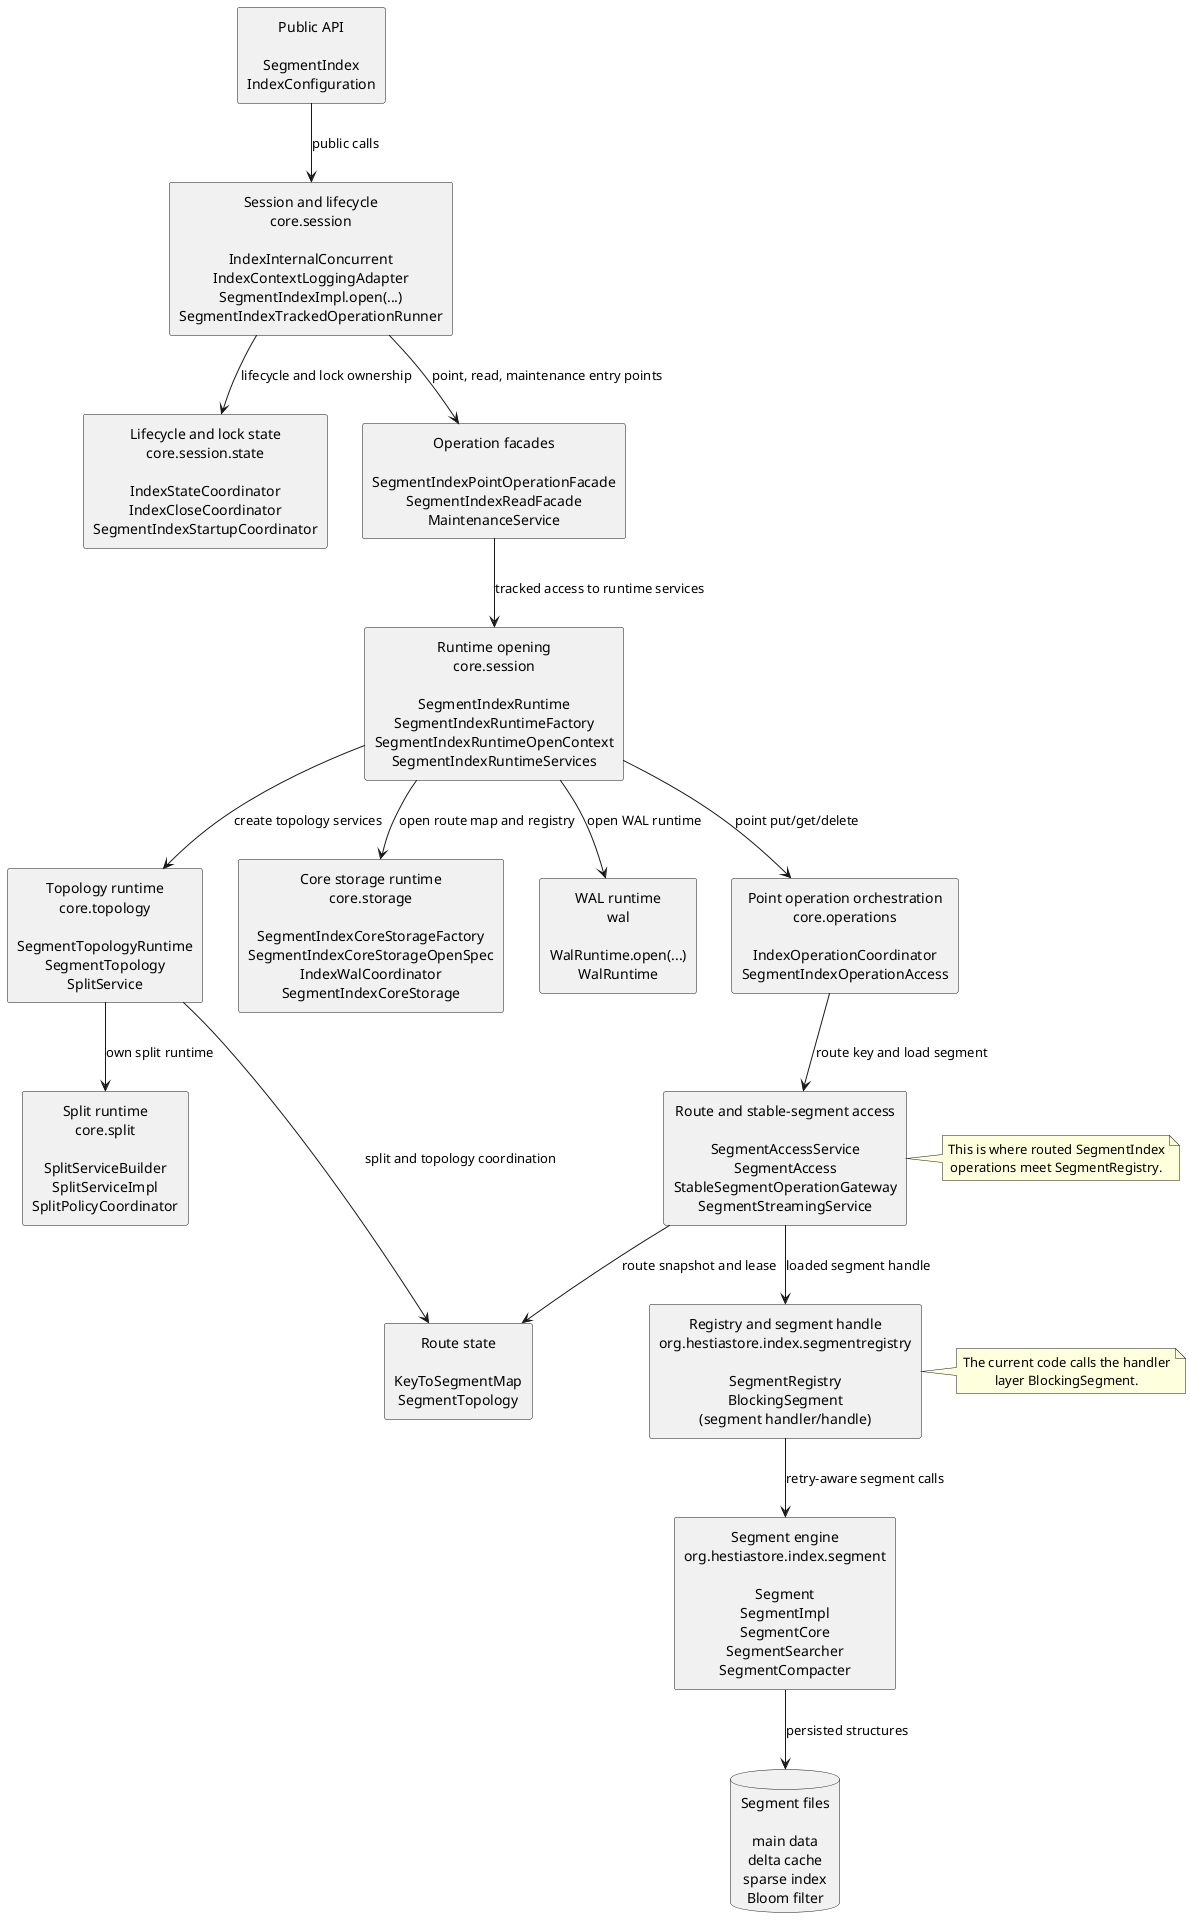
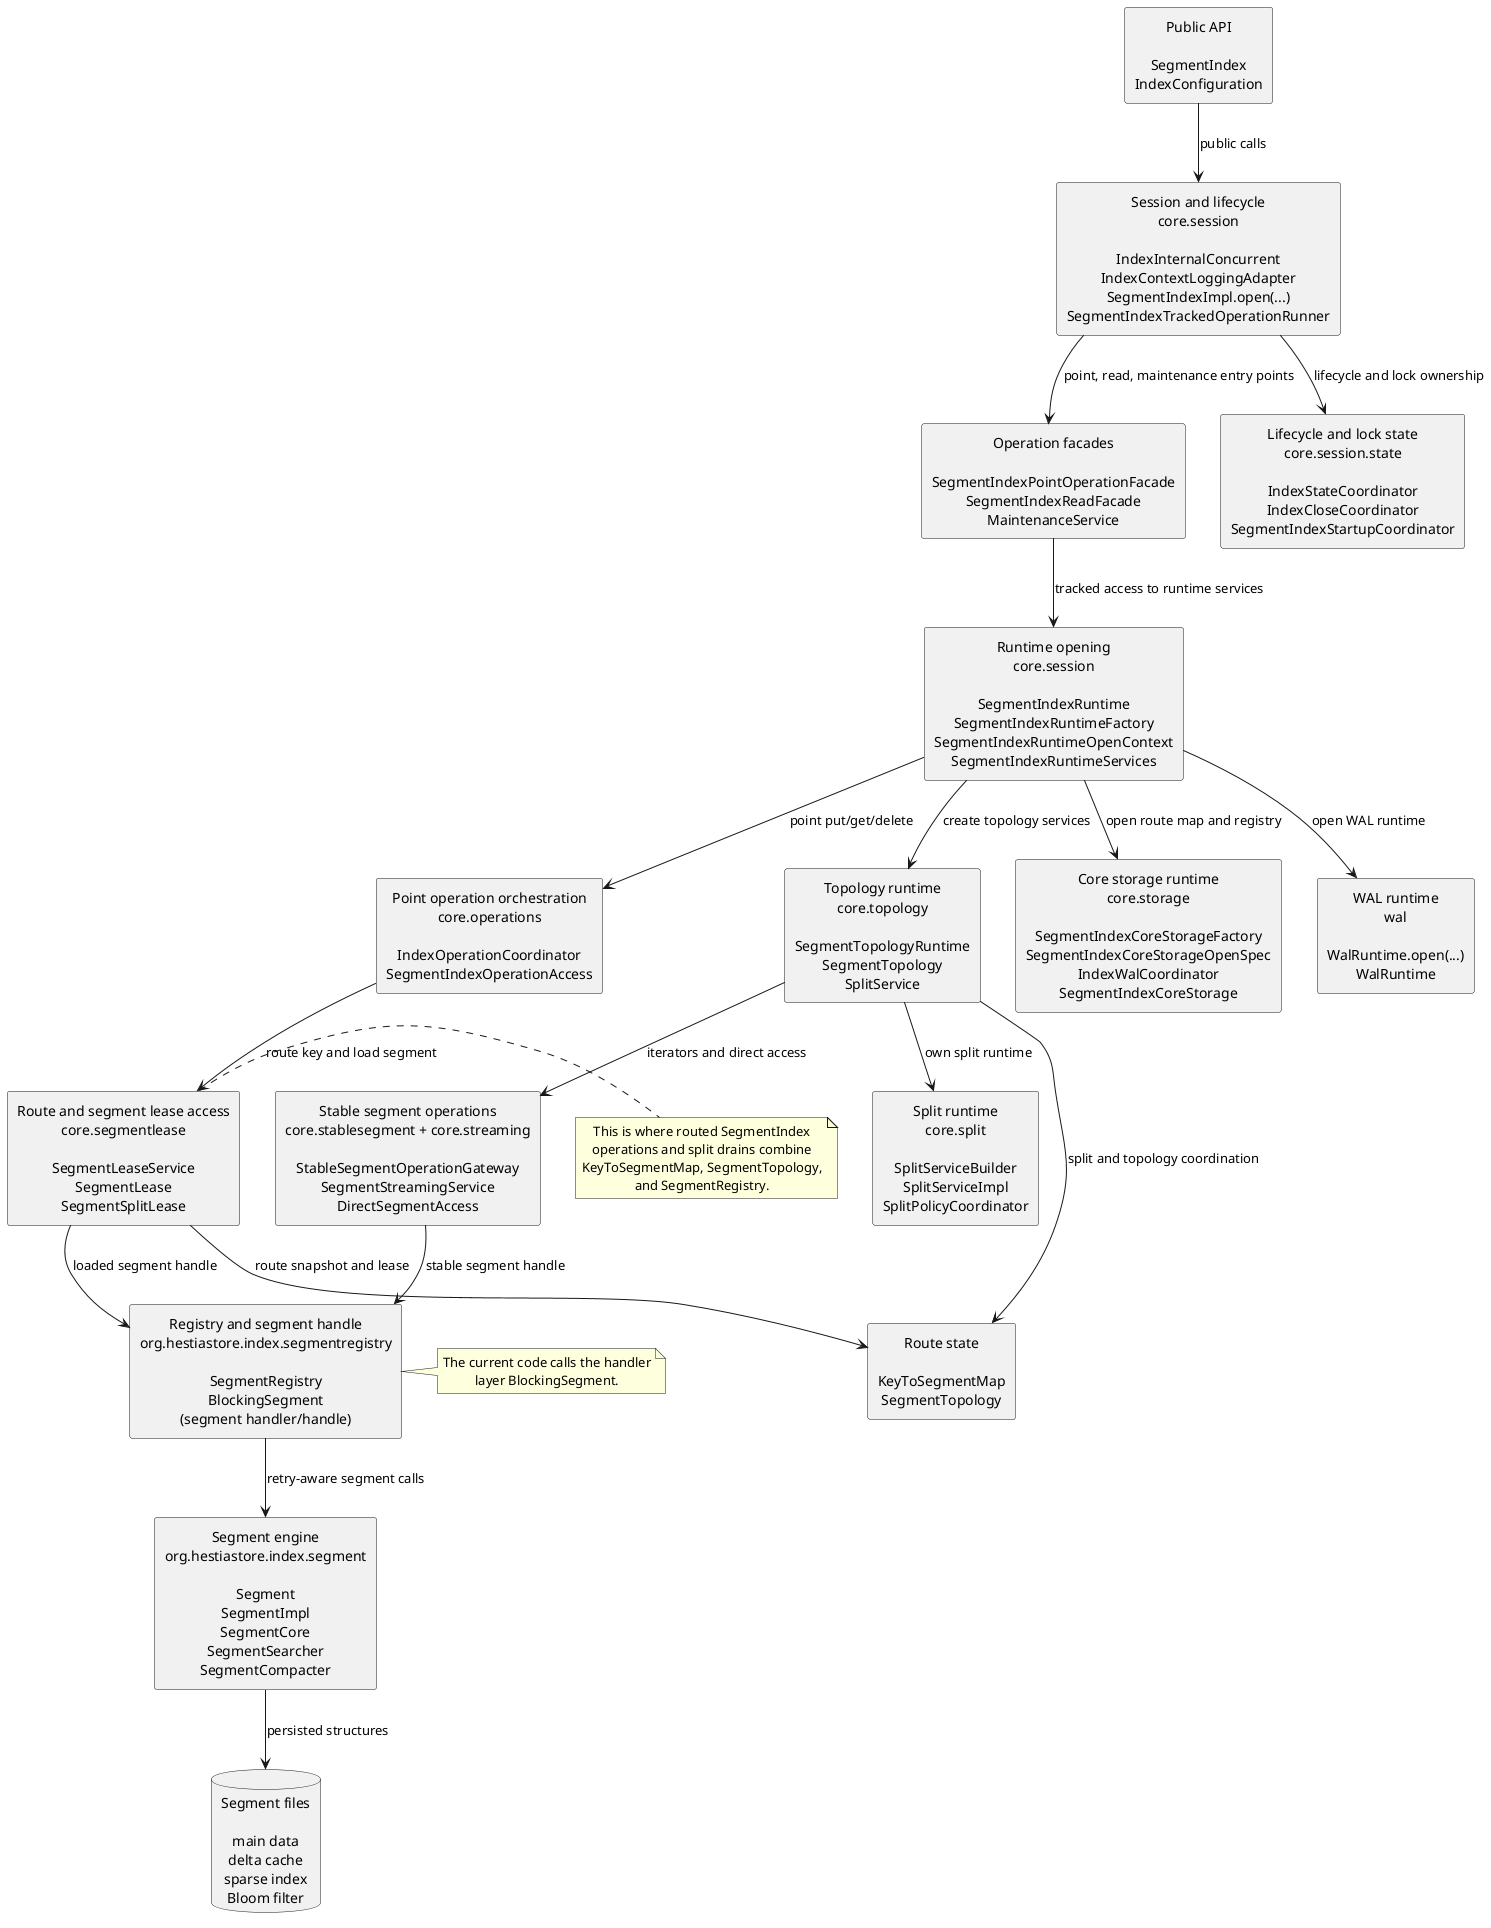
- @startuml implementation layers
+ @startuml implementation-layers
skinparam componentStyle rectangle
skinparam shadowing false
skinparam defaultTextAlignment center
top to bottom direction

component "Public API\n\nSegmentIndex\nIndexConfiguration" as API

component "Session and lifecycle\ncore.session\n\nIndexInternalConcurrent\nIndexContextLoggingAdapter\nSegmentIndexImpl.open(...)\nSegmentIndexTrackedOperationRunner" as SESSION

component "Lifecycle and lock state\ncore.session.state\n\nIndexStateCoordinator\nIndexCloseCoordinator\nSegmentIndexStartupCoordinator" as SESSION_STATE

component "Operation facades\n\nSegmentIndexPointOperationFacade\nSegmentIndexReadFacade\nMaintenanceService" as FACADES

component "Runtime opening\ncore.session\n\nSegmentIndexRuntime\nSegmentIndexRuntimeFactory\nSegmentIndexRuntimeOpenContext\nSegmentIndexRuntimeServices" as RUNTIME

component "Topology runtime\ncore.topology\n\nSegmentTopologyRuntime\nSegmentTopology\nSplitService" as TOPOLOGY_RUNTIME

component "Core storage runtime\ncore.storage\n\nSegmentIndexCoreStorageFactory\nSegmentIndexCoreStorageOpenSpec\nIndexWalCoordinator\nSegmentIndexCoreStorage" as CORE_STORAGE

component "Split runtime\ncore.split\n\nSplitServiceBuilder\nSplitServiceImpl\nSplitPolicyCoordinator" as SPLIT_RUNTIME

component "WAL runtime\nwal\n\nWalRuntime.open(...)\nWalRuntime" as WAL_RUNTIME

component "Point operation orchestration\ncore.operations\n\nIndexOperationCoordinator\nSegmentIndexOperationAccess" as OPERATIONS

- component "Route and stable-segment access\n\nSegmentAccessService\nSegmentAccess\nStableSegmentOperationGateway\nSegmentStreamingService" as ACCESS
+ component "Route and segment lease access\ncore.segmentlease\n\nSegmentLeaseService\nSegmentLease\nSegmentSplitLease" as ACCESS
+ 
+ component "Stable segment operations\ncore.stablesegment + core.streaming\n\nStableSegmentOperationGateway\nSegmentStreamingService\nDirectSegmentAccess" as STABLE_ACCESS

component "Route state\n\nKeyToSegmentMap\nSegmentTopology" as ROUTE

component "Registry and segment handle\norg.hestiastore.index.segmentregistry\n\nSegmentRegistry\nBlockingSegment\n(segment handler/handle)" as REGISTRY

component "Segment engine\norg.hestiastore.index.segment\n\nSegment\nSegmentImpl\nSegmentCore\nSegmentSearcher\nSegmentCompacter" as SEGMENT

database "Segment files\n\nmain data\ndelta cache\nsparse index\nBloom filter" as FILES

API --> SESSION : public calls
SESSION --> SESSION_STATE : lifecycle and lock ownership
SESSION --> FACADES : point, read, maintenance entry points
FACADES --> RUNTIME : tracked access to runtime services
RUNTIME --> CORE_STORAGE : open route map and registry
RUNTIME --> TOPOLOGY_RUNTIME : create topology services
TOPOLOGY_RUNTIME --> SPLIT_RUNTIME : own split runtime
RUNTIME --> WAL_RUNTIME : open WAL runtime
RUNTIME --> OPERATIONS : point put/get/delete
OPERATIONS --> ACCESS : route key and load segment
+ TOPOLOGY_RUNTIME --> STABLE_ACCESS : iterators and direct access
ACCESS --> REGISTRY : loaded segment handle
+ STABLE_ACCESS --> REGISTRY : stable segment handle
REGISTRY --> SEGMENT : retry-aware segment calls
SEGMENT --> FILES : persisted structures

ACCESS --> ROUTE : route snapshot and lease
TOPOLOGY_RUNTIME --> ROUTE : split and topology coordination

note right of ACCESS
This is where routed SegmentIndex
- operations meet SegmentRegistry.
+ operations and split drains combine
+ KeyToSegmentMap, SegmentTopology,
+ and SegmentRegistry.
end note

note right of REGISTRY
The current code calls the handler
layer BlockingSegment.
end note

@enduml
